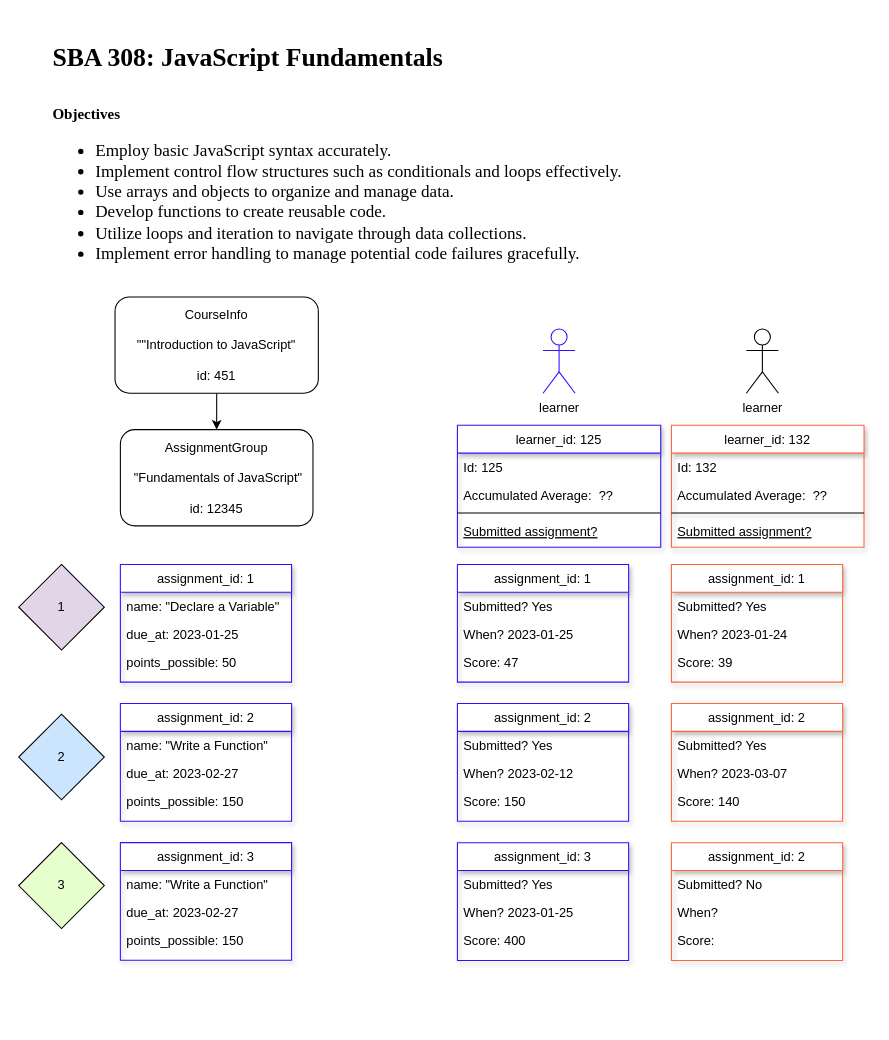
Above: Untitled Diagram.drawio in Hannah-Moon/14_SBA-308_JavaScript_Fundamentals (draw.io), before the change. Source tidied: cells renumbered, new cells numbered last; positions are measured from the earlier drawing's top-left corner, leaving out a move shared by most shapes. Both pictures are drawn from the tidied source at 107%, with x=0, y=0 at pixel (18, 18).
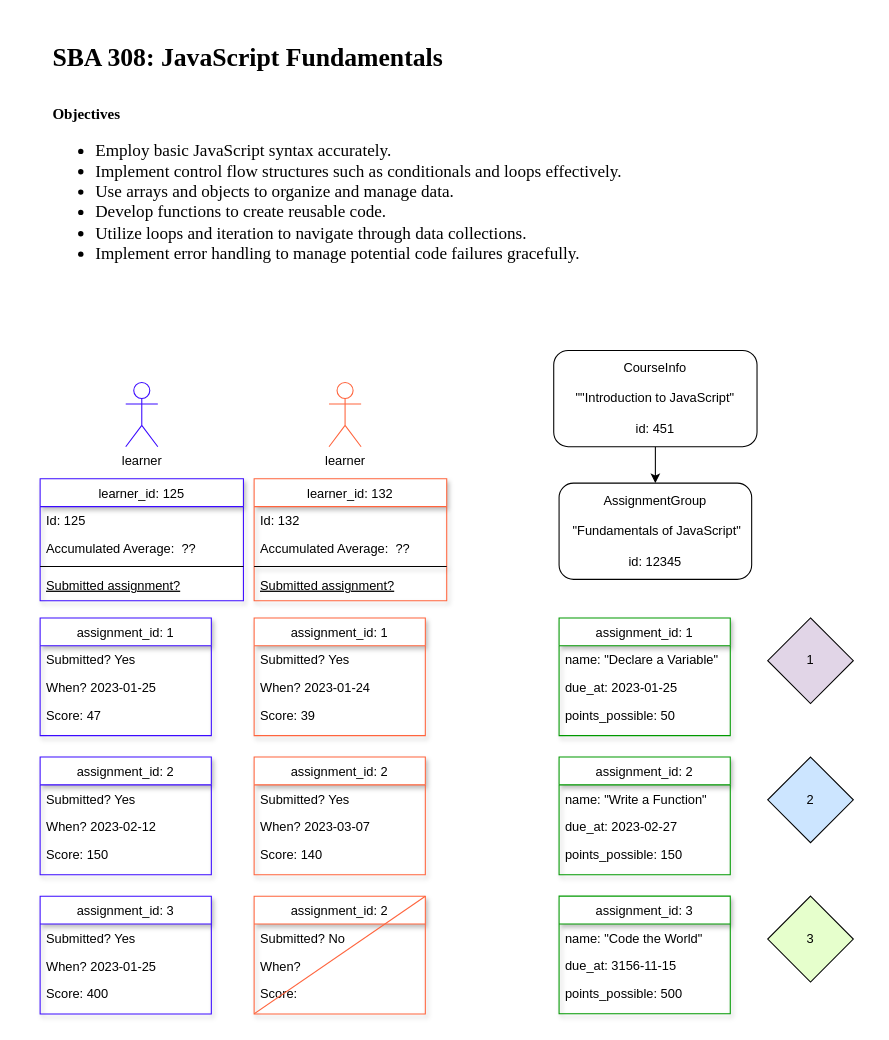
After the change.

Change to the diagram source:
```diff
@@
     <mxCell id="2" value="learner_id: 125" style="swimlane;fontStyle=0;align=center;verticalAlign=top;horizontal=1;startSize=26;rounded=0;shadow=1;strokeWidth=1;strokeColor=#3B0AFF;" parent="1" vertex="1">
-      <mxGeometry x="410" y="380" width="190" height="114" as="geometry" />
+      <mxGeometry x="20" y="430" width="190" height="114" as="geometry" />
     </mxCell>
@@
     <mxCell id="7" value="assignment_id: 1" style="swimlane;fontStyle=0;align=center;verticalAlign=top;horizontal=1;startSize=26;rounded=0;shadow=1;strokeWidth=1;strokeColor=#3B0AFF;" parent="1" vertex="1">
-      <mxGeometry x="410" y="510" width="160" height="110" as="geometry" />
+      <mxGeometry x="20" y="560" width="160" height="110" as="geometry" />
     </mxCell>
@@
     <mxCell id="13" value="learner" style="shape=umlActor;verticalLabelPosition=bottom;verticalAlign=top;html=1;strokeColor=#3B0AFF;" parent="1" vertex="1">
-      <mxGeometry x="490" y="290" width="30" height="60" as="geometry" />
+      <mxGeometry x="100" y="340" width="30" height="60" as="geometry" />
     </mxCell>
     <mxCell id="14" value="learner_id: 132" style="swimlane;fontStyle=0;align=center;verticalAlign=top;horizontal=1;startSize=26;rounded=0;shadow=1;strokeWidth=1;strokeColor=#FF643D;" parent="1" vertex="1">
-      <mxGeometry x="610" y="380" width="180" height="114" as="geometry" />
+      <mxGeometry x="220" y="430" width="180" height="114" as="geometry" />
     </mxCell>
@@
     <mxCell id="19" value="1" style="rhombus;whiteSpace=wrap;html=1;fillColor=#E1D5E7;" parent="1" vertex="1">
-      <mxGeometry y="510" width="80" height="80" as="geometry" />
+      <mxGeometry x="700" y="560" width="80" height="80" as="geometry" />
     </mxCell>
     <mxCell id="20" value="AssignmentGroup&lt;div&gt;&lt;br&gt;&lt;/div&gt;&lt;div&gt;&lt;span style=&quot;font-size: 12px;&quot;&gt;&amp;nbsp;&quot;Fundamentals of JavaScript&quot;&lt;/span&gt;&lt;/div&gt;&lt;div&gt;&lt;br&gt;&lt;div&gt;&lt;span style=&quot;font-size: 12px;&quot;&gt;id: 12345&lt;/span&gt;&lt;br&gt;&lt;/div&gt;&lt;/div&gt;" style="rounded=1;whiteSpace=wrap;html=1;" parent="1" vertex="1">
-      <mxGeometry x="95" y="384" width="180" height="90" as="geometry" />
+      <mxGeometry x="505" y="434" width="180" height="90" as="geometry" />
     </mxCell>
@@
     <mxCell id="22" value="&lt;div&gt;CourseInfo&lt;/div&gt;&lt;div&gt;&lt;br&gt;&lt;/div&gt;&lt;div&gt;&quot;&quot;Introduction to JavaScript&quot;&lt;/div&gt;&lt;div&gt;&lt;br&gt;&lt;div&gt;&lt;span style=&quot;font-size: 12px;&quot;&gt;id: 451&lt;/span&gt;&lt;br&gt;&lt;/div&gt;&lt;/div&gt;" style="rounded=1;whiteSpace=wrap;html=1;" parent="1" vertex="1">
-      <mxGeometry x="90" y="260" width="190" height="90" as="geometry" />
+      <mxGeometry x="500" y="310" width="190" height="90" as="geometry" />
     </mxCell>
     <mxCell id="23" value="2" style="rhombus;whiteSpace=wrap;html=1;fillColor=#CCE5FF;" parent="1" vertex="1">
-      <mxGeometry y="650" width="80" height="80" as="geometry" />
+      <mxGeometry x="700" y="690" width="80" height="80" as="geometry" />
     </mxCell>
     <mxCell id="24" value="3" style="rhombus;whiteSpace=wrap;html=1;fillColor=#E6FFCC;" parent="1" vertex="1">
-      <mxGeometry y="770" width="80" height="80.3" as="geometry" />
+      <mxGeometry x="700" y="820" width="80" height="80.3" as="geometry" />
     </mxCell>
-    <mxCell id="25" value="learner" style="shape=umlActor;verticalLabelPosition=bottom;verticalAlign=top;html=1;" parent="1" vertex="1">
-      <mxGeometry x="680" y="290" width="30" height="60" as="geometry" />
+    <mxCell id="25" value="learner" style="shape=umlActor;verticalLabelPosition=bottom;verticalAlign=top;html=1;strokeColor=#FF643D;" parent="1" vertex="1">
+      <mxGeometry x="290" y="340" width="30" height="60" as="geometry" />
     </mxCell>
     <mxCell id="26" value="assignment_id: 2" style="swimlane;fontStyle=0;align=center;verticalAlign=top;horizontal=1;startSize=26;rounded=0;shadow=1;strokeWidth=1;strokeColor=#3B0AFF;" parent="1" vertex="1">
-      <mxGeometry x="410" y="640" width="160" height="110" as="geometry" />
+      <mxGeometry x="20" y="690" width="160" height="110" as="geometry" />
     </mxCell>
@@
     <mxCell id="30" value="assignment_id: 3" style="swimlane;fontStyle=0;align=center;verticalAlign=top;horizontal=1;startSize=26;rounded=0;shadow=1;strokeWidth=1;strokeColor=#3B0AFF;" parent="1" vertex="1">
-      <mxGeometry x="410" y="770.1" width="160" height="110" as="geometry" />
+      <mxGeometry x="20" y="820.1" width="160" height="110" as="geometry" />
     </mxCell>
@@
     <mxCell id="34" value="assignment_id: 1" style="swimlane;fontStyle=0;align=center;verticalAlign=top;horizontal=1;startSize=26;rounded=0;shadow=1;strokeWidth=1;strokeColor=#FF643D;" parent="1" vertex="1">
-      <mxGeometry x="610" y="510" width="160" height="110" as="geometry" />
+      <mxGeometry x="220" y="560" width="160" height="110" as="geometry" />
     </mxCell>
@@
     <mxCell id="38" value="assignment_id: 2" style="swimlane;fontStyle=0;align=center;verticalAlign=top;horizontal=1;startSize=26;rounded=0;shadow=1;strokeWidth=1;strokeColor=#FF643D;" parent="1" vertex="1">
-      <mxGeometry x="610" y="640" width="160" height="110" as="geometry" />
+      <mxGeometry x="220" y="690" width="160" height="110" as="geometry" />
     </mxCell>
@@
     <mxCell id="42" value="assignment_id: 2" style="swimlane;fontStyle=0;align=center;verticalAlign=top;horizontal=1;startSize=26;rounded=0;shadow=1;strokeWidth=1;strokeColor=#FF643D;" parent="1" vertex="1">
-      <mxGeometry x="610" y="770.1" width="160" height="110" as="geometry" />
+      <mxGeometry x="220" y="820.1" width="160" height="110" as="geometry" />
     </mxCell>
@@
-    <mxCell id="46" value="assignment_id: 1" style="swimlane;fontStyle=0;align=center;verticalAlign=top;horizontal=1;startSize=26;rounded=0;shadow=1;strokeWidth=1;strokeColor=#3B0AFF;" parent="1" vertex="1">
-      <mxGeometry x="95" y="510" width="160" height="110" as="geometry" />
+    <mxCell id="46" value="assignment_id: 1" style="swimlane;fontStyle=0;align=center;verticalAlign=top;horizontal=1;startSize=26;rounded=0;shadow=1;strokeWidth=1;strokeColor=#009900;" parent="1" vertex="1">
+      <mxGeometry x="505" y="560" width="160" height="110" as="geometry" />
     </mxCell>
@@
-    <mxCell id="50" value="assignment_id: 2" style="swimlane;fontStyle=0;align=center;verticalAlign=top;horizontal=1;startSize=26;rounded=0;shadow=1;strokeWidth=1;strokeColor=#3B0AFF;" parent="1" vertex="1">
-      <mxGeometry x="95" y="640" width="160" height="110" as="geometry" />
+    <mxCell id="50" value="assignment_id: 2" style="swimlane;fontStyle=0;align=center;verticalAlign=top;horizontal=1;startSize=26;rounded=0;shadow=1;strokeWidth=1;strokeColor=#009900;" parent="1" vertex="1">
+      <mxGeometry x="505" y="690" width="160" height="110" as="geometry" />
     </mxCell>
@@
-    <mxCell id="54" value="assignment_id: 3" style="swimlane;fontStyle=0;align=center;verticalAlign=top;horizontal=1;startSize=26;rounded=0;shadow=1;strokeWidth=1;strokeColor=#3B0AFF;" parent="1" vertex="1">
-      <mxGeometry x="95" y="770" width="160" height="110" as="geometry" />
+    <mxCell id="54" value="assignment_id: 3" style="swimlane;fontStyle=0;align=center;verticalAlign=top;horizontal=1;startSize=26;rounded=0;shadow=1;strokeWidth=1;strokeColor=#009900;" parent="1" vertex="1">
+      <mxGeometry x="505" y="820" width="160" height="110" as="geometry" />
     </mxCell>
-    <mxCell id="55" value="name: &quot;Write a Function&quot;" style="text;align=left;verticalAlign=top;spacingLeft=4;spacingRight=4;overflow=hidden;" parent="54" vertex="1">
+    <mxCell id="55" value="name: &quot;Code the World&quot;" style="text;align=left;verticalAlign=top;spacingLeft=4;spacingRight=4;overflow=hidden;" parent="54" vertex="1">
       <mxGeometry y="26" width="160" height="26" as="geometry" />
     </mxCell>
-    <mxCell id="56" value="due_at: 2023-02-27" style="text;align=left;verticalAlign=top;spacingLeft=4;spacingRight=4;overflow=hidden;rounded=0;shadow=0;html=0;" parent="54" vertex="1">
+    <mxCell id="56" value="due_at: 3156-11-15" style="text;align=left;verticalAlign=top;spacingLeft=4;spacingRight=4;overflow=hidden;rounded=0;shadow=0;html=0;" parent="54" vertex="1">
       <mxGeometry y="52" width="160" height="26" as="geometry" />
     </mxCell>
-    <mxCell id="57" value="points_possible: 150" style="text;align=left;verticalAlign=top;spacingLeft=4;spacingRight=4;overflow=hidden;rounded=0;shadow=0;html=0;" parent="54" vertex="1">
+    <mxCell id="57" value="points_possible: 500" style="text;align=left;verticalAlign=top;spacingLeft=4;spacingRight=4;overflow=hidden;rounded=0;shadow=0;html=0;" parent="54" vertex="1">
       <mxGeometry y="78" width="160" height="26" as="geometry" />
     </mxCell>
+    <mxCell id="58" style="endArrow=none;html=1;rounded=0;entryX=1;entryY=0;entryDx=0;entryDy=0;exitX=0;exitY=1;exitDx=0;exitDy=0;strokeColor=#FF643D;" parent="1" edge="1" source="42" target="42">
+      <mxGeometry relative="1" as="geometry" />
+    </mxCell>
```
